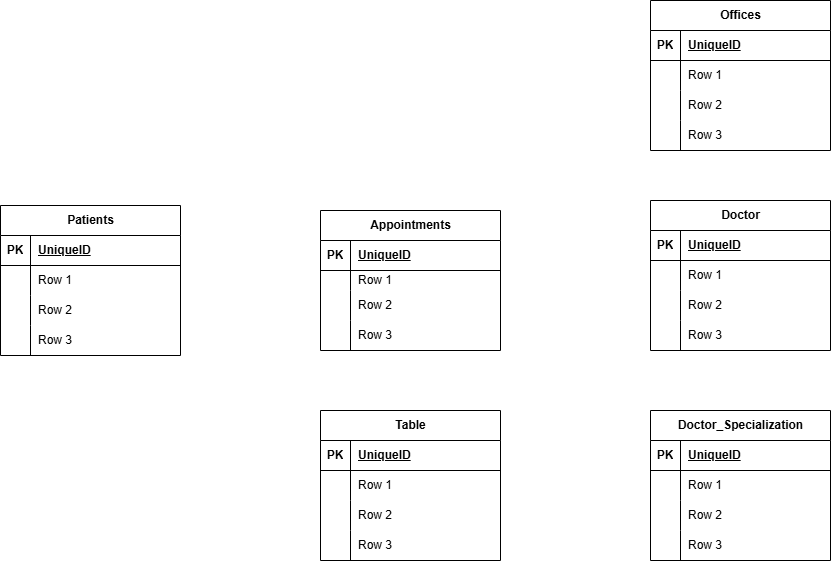
Earlier version of the draw.io export clinicentities.drawio.png (JACKSONMANZI/MINEPORTFOLIO). Source tidied: cells renumbered, new cells last; positions are measured from the earlier drawing's top-left corner, leaving out a move shared by most shapes.
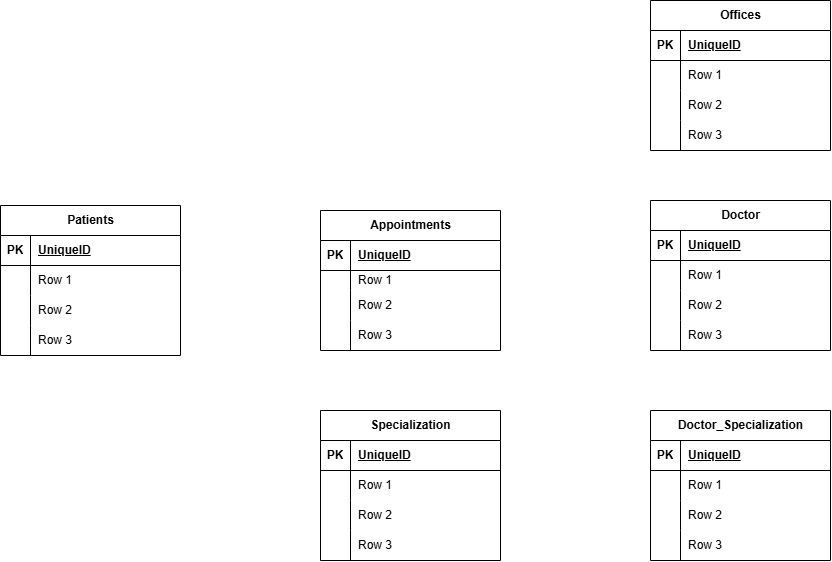
After the commit.

Diff of the diagram source:
```diff
@@ -197,7 +197,7 @@
     <mxCell id="66" value="Row 3" style="shape=partialRectangle;fillColor=none;top=0;left=0;bottom=0;right=0;align=left;spacingLeft=6;overflow=hidden;whiteSpace=wrap;html=1;" parent="64" vertex="1">
       <mxGeometry x="30" width="150" height="30" as="geometry" />
     </mxCell>
-    <mxCell id="67" value="Table" style="shape=table;startSize=30;rowLines=0;fontStyle=1;align=center;html=1;" parent="1" vertex="1">
+    <mxCell id="67" value="Specialization" style="shape=table;startSize=30;rowLines=0;fontStyle=1;align=center;html=1;" parent="1" vertex="1">
       <mxGeometry x="320" y="410" width="180" height="150" as="geometry" />
     </mxCell>
     <mxCell id="68" style="shape=tableRow;horizontal=0;startSize=0;swimlaneHead=0;swimlaneBody=0;fillColor=none;top=0;left=0;right=0;bottom=1;" parent="67" vertex="1">
```
